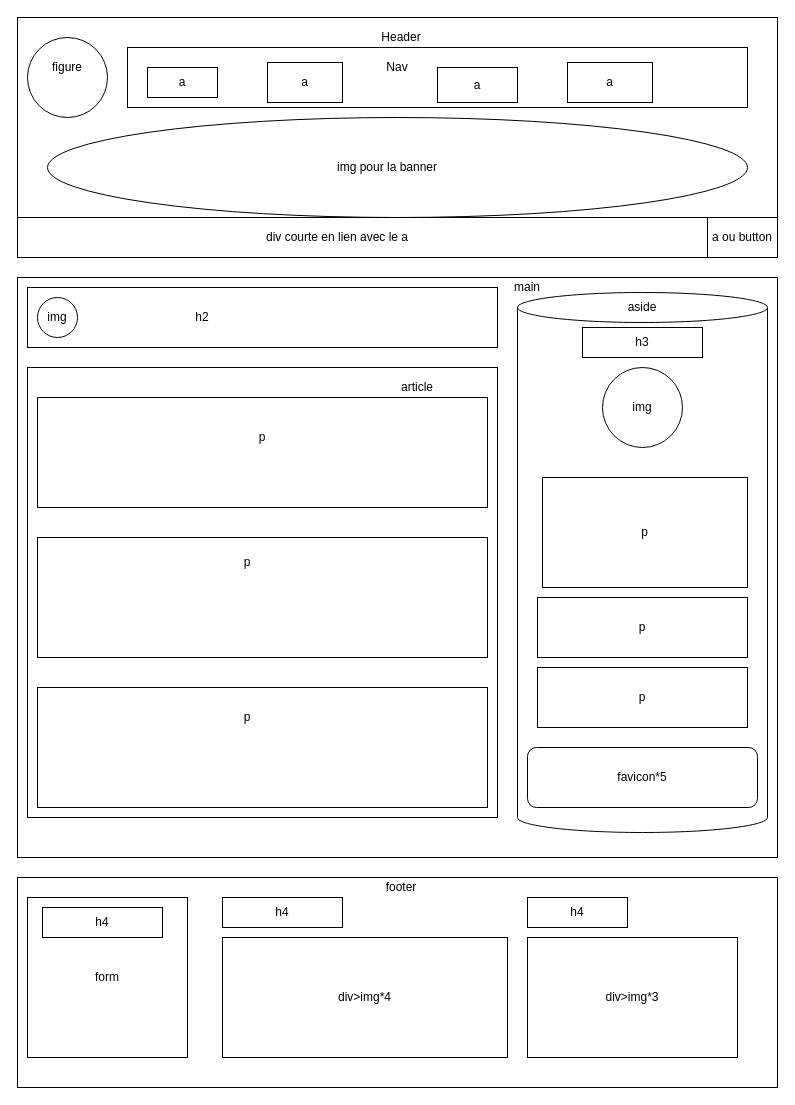
Earlier version of the draw.io diagram maquetteNvidia.drawio (Jaune-Senat/Eland10). Source tidied: cells renumbered, new cells numbered last; positions are measured from the earlier drawing's top-left corner, leaving out a move shared by most shapes. Both pictures are drawn from the tidied source at 100%, with x=0, y=0 at pixel (17, 17).
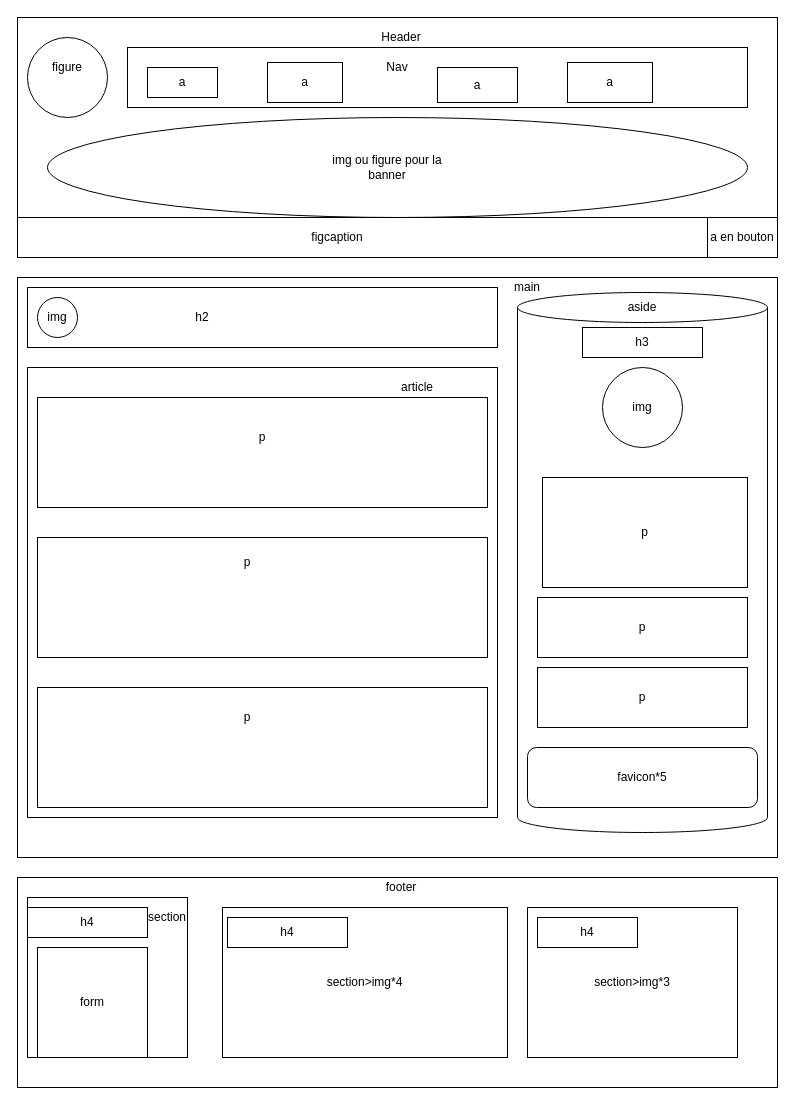
Above is the later version.

Change to the diagram source:
```diff
@@
-    <mxCell id="10" value="img pour la banner" style="text;html=1;strokeColor=none;fillColor=none;align=center;verticalAlign=middle;whiteSpace=wrap;rounded=0;fontFamily=Helvetica;" parent="1" vertex="1">
+    <mxCell id="10" value="img ou figure pour la banner" style="text;html=1;strokeColor=none;fillColor=none;align=center;verticalAlign=middle;whiteSpace=wrap;rounded=0;fontFamily=Helvetica;" parent="1" vertex="1">
       <mxGeometry x="310" y="120" width="120" height="60" as="geometry" />
     </mxCell>
@@
-    <mxCell id="13" value="div courte en lien avec le a" style="text;html=1;strokeColor=none;fillColor=none;align=center;verticalAlign=middle;whiteSpace=wrap;rounded=0;fontFamily=Helvetica;" parent="1" vertex="1">
+    <mxCell id="13" value="figcaption" style="text;html=1;strokeColor=none;fillColor=none;align=center;verticalAlign=middle;whiteSpace=wrap;rounded=0;fontFamily=Helvetica;" parent="1" vertex="1">
       <mxGeometry x="190" y="210" width="260" height="20" as="geometry" />
     </mxCell>
-    <mxCell id="14" value="a ou button" style="text;html=1;strokeColor=none;fillColor=none;align=center;verticalAlign=middle;whiteSpace=wrap;rounded=0;fontFamily=Helvetica;" parent="1" vertex="1">
+    <mxCell id="14" value="a en bouton" style="text;html=1;strokeColor=none;fillColor=none;align=center;verticalAlign=middle;whiteSpace=wrap;rounded=0;fontFamily=Helvetica;" parent="1" vertex="1">
       <mxGeometry x="690" y="200" width="70" height="40" as="geometry" />
     </mxCell>
@@
-    <mxCell id="44" value="form" style="whiteSpace=wrap;html=1;fontFamily=Helvetica;" parent="1" vertex="1">
+    <mxCell id="44" style="whiteSpace=wrap;html=1;fontFamily=Helvetica;" parent="1" vertex="1">
       <mxGeometry x="10" y="880" width="160" height="160" as="geometry" />
     </mxCell>
-    <mxCell id="45" value="div&amp;gt;img*4" style="rounded=0;whiteSpace=wrap;html=1;fontFamily=Helvetica;" parent="1" vertex="1">
-      <mxGeometry x="205" y="920" width="285" height="120" as="geometry" />
+    <mxCell id="45" value="section&amp;gt;img*4" style="rounded=0;whiteSpace=wrap;html=1;fontFamily=Helvetica;" parent="1" vertex="1">
+      <mxGeometry x="205" y="890" width="285" height="150" as="geometry" />
     </mxCell>
-    <mxCell id="46" value="div&amp;gt;img*3" style="rounded=0;whiteSpace=wrap;html=1;fontFamily=Helvetica;" parent="1" vertex="1">
-      <mxGeometry x="510" y="920" width="210" height="120" as="geometry" />
+    <mxCell id="46" value="section&amp;gt;img*3" style="rounded=0;whiteSpace=wrap;html=1;fontFamily=Helvetica;" parent="1" vertex="1">
+      <mxGeometry x="510" y="890" width="210" height="150" as="geometry" />
     </mxCell>
     <mxCell id="47" value="h4" style="rounded=0;whiteSpace=wrap;html=1;fontFamily=Helvetica;" parent="1" vertex="1">
-      <mxGeometry x="25" y="890" width="120" height="30" as="geometry" />
+      <mxGeometry x="10" y="890" width="120" height="30" as="geometry" />
     </mxCell>
     <mxCell id="48" value="h4" style="rounded=0;whiteSpace=wrap;html=1;fontFamily=Helvetica;" parent="1" vertex="1">
-      <mxGeometry x="205" y="880" width="120" height="30" as="geometry" />
+      <mxGeometry x="210" y="900" width="120" height="30" as="geometry" />
     </mxCell>
     <mxCell id="49" value="h4" style="rounded=0;whiteSpace=wrap;html=1;fontFamily=Helvetica;" parent="1" vertex="1">
-      <mxGeometry x="510" y="880" width="100" height="30" as="geometry" />
+      <mxGeometry x="520" y="900" width="100" height="30" as="geometry" />
     </mxCell>
+    <mxCell id="50" value="section" style="text;html=1;strokeColor=none;fillColor=none;align=center;verticalAlign=middle;whiteSpace=wrap;rounded=0;fontFamily=Helvetica;" parent="1" vertex="1">
+      <mxGeometry x="130" y="890" width="40" height="20" as="geometry" />
+    </mxCell>
+    <mxCell id="51" value="form" style="whiteSpace=wrap;html=1;fontFamily=Helvetica;" parent="1" vertex="1">
+      <mxGeometry x="20" y="930" width="110" height="110" as="geometry" />
+    </mxCell>
```
